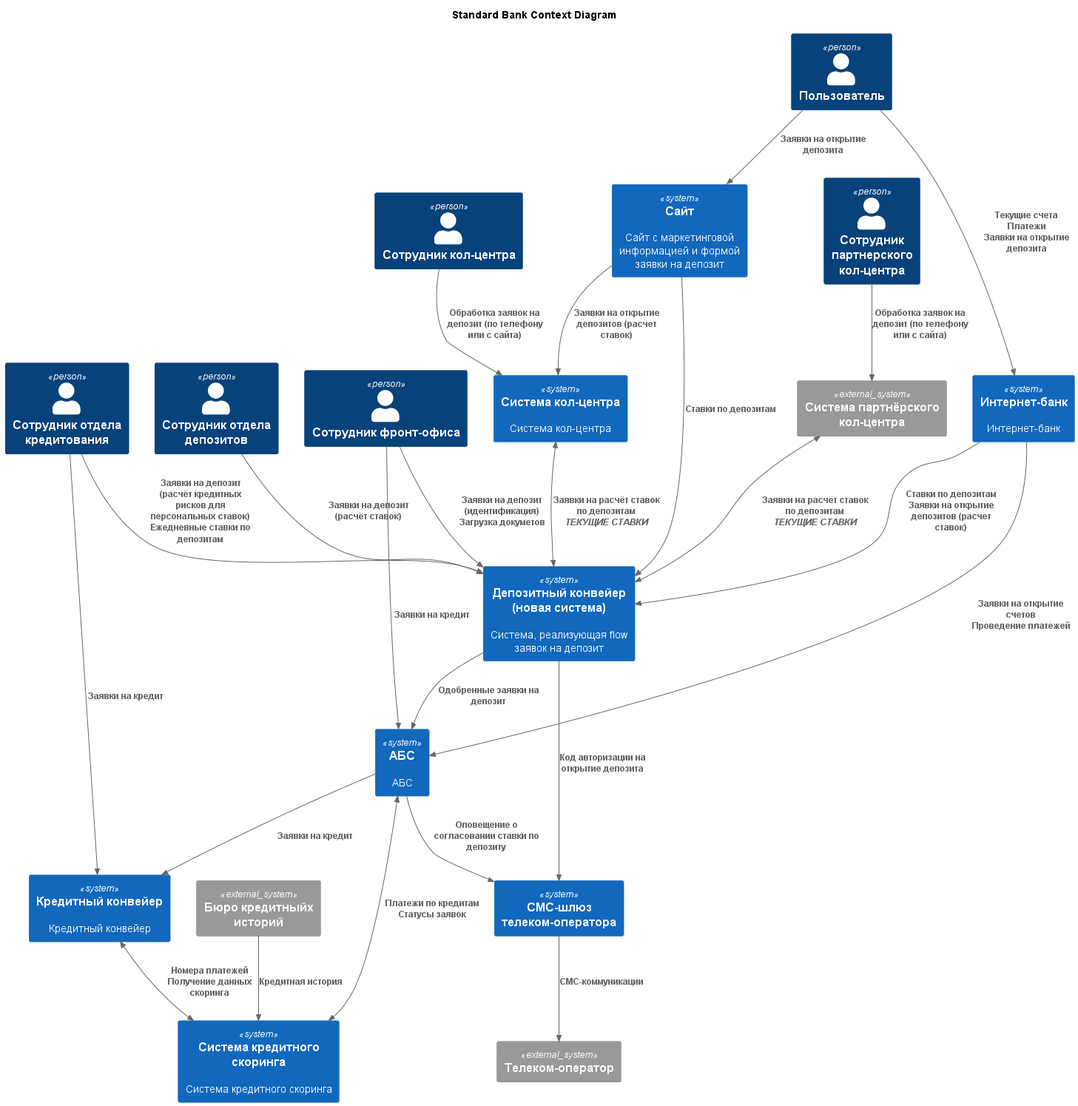
This is schemas/png/Task4/StandardContext.png from El-76/architect-standard, a PlantUML export, as it was before one commit.
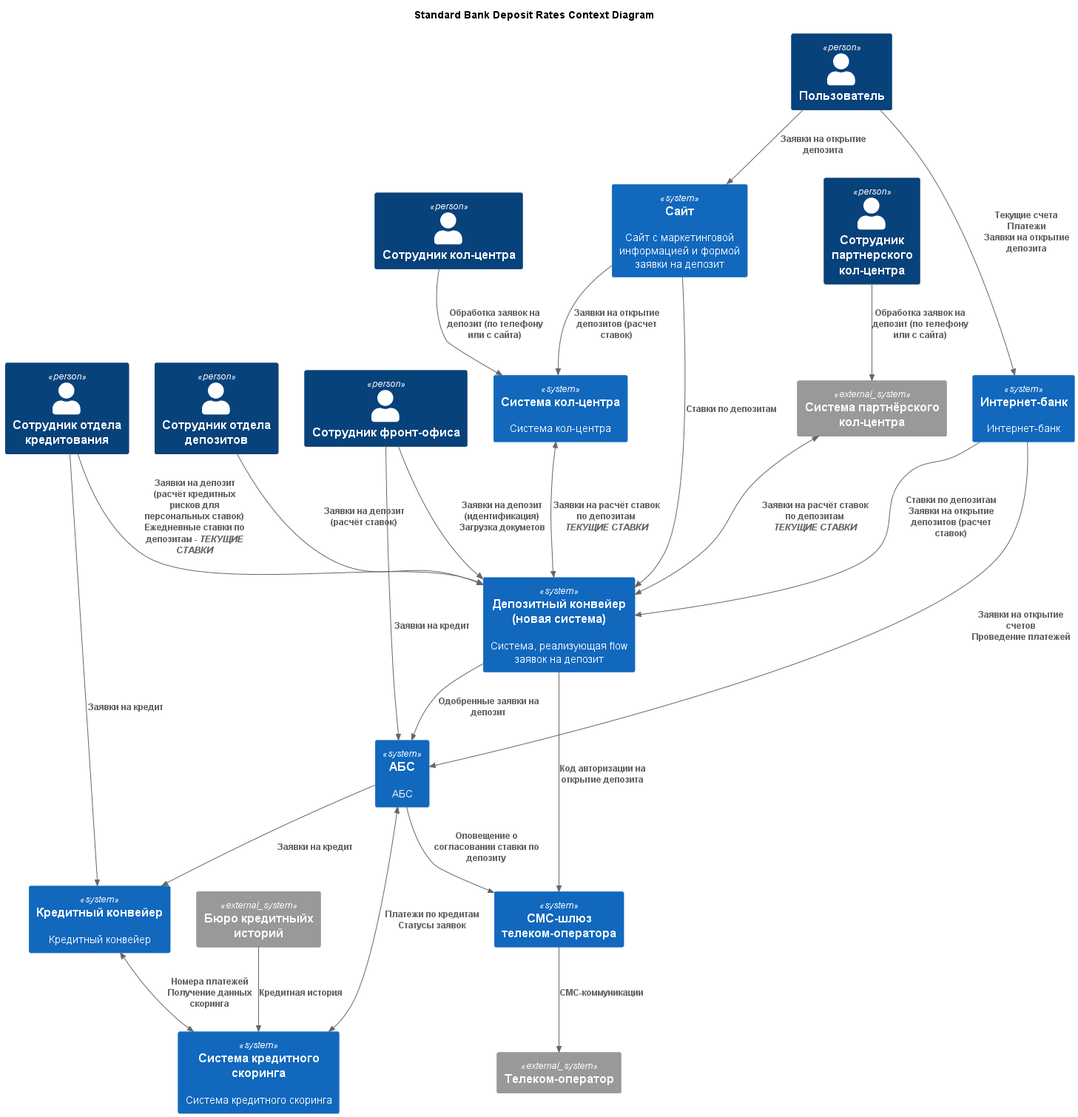
After the commit.

Diff of the diagram source:
```diff
@@ -1,6 +1,6 @@
 @startuml StandardContext
 
-title Standard Bank Context Diagram
+title Standard Bank Deposit Rates Context Diagram
 
 !include <C4/C4_Component>
 
@@ -30,7 +30,7 @@
 Rel(FrontOfficeEmployee, DepositConveyor, "Заявки на депозит (идентификация)\nЗагрузка докуметов")
 Rel(FrontOfficeEmployee, ABS, "Заявки на кредит")
 Rel(DepositBackOfficeEmployee, DepositConveyor, "Заявки на депозит (расчёт ставок)")
-Rel(CreditBackOfficeEmployee, DepositConveyor, "Заявки на депозит (расчёт кредитных рисков для персональных ставок)\nЕжедневные ставки по депозитам")
+Rel(CreditBackOfficeEmployee, DepositConveyor, "Заявки на депозит (расчёт кредитных рисков для персональных ставок)\nЕжедневные ставки по депозитам - <i>ТЕКУЩИЕ СТАВКИ</i>")
 Rel(CreditBackOfficeEmployee, CreditConveyor, "Заявки на кредит")
 Rel(CallCenterEmployee, CRM, "Обработка заявок на депозит (по телефону или с сайта)")
 Rel(PartnerCallCenterEmployee, PartnerCRM, "Обработка заявок на депозит (по телефону или с сайта)")
```
